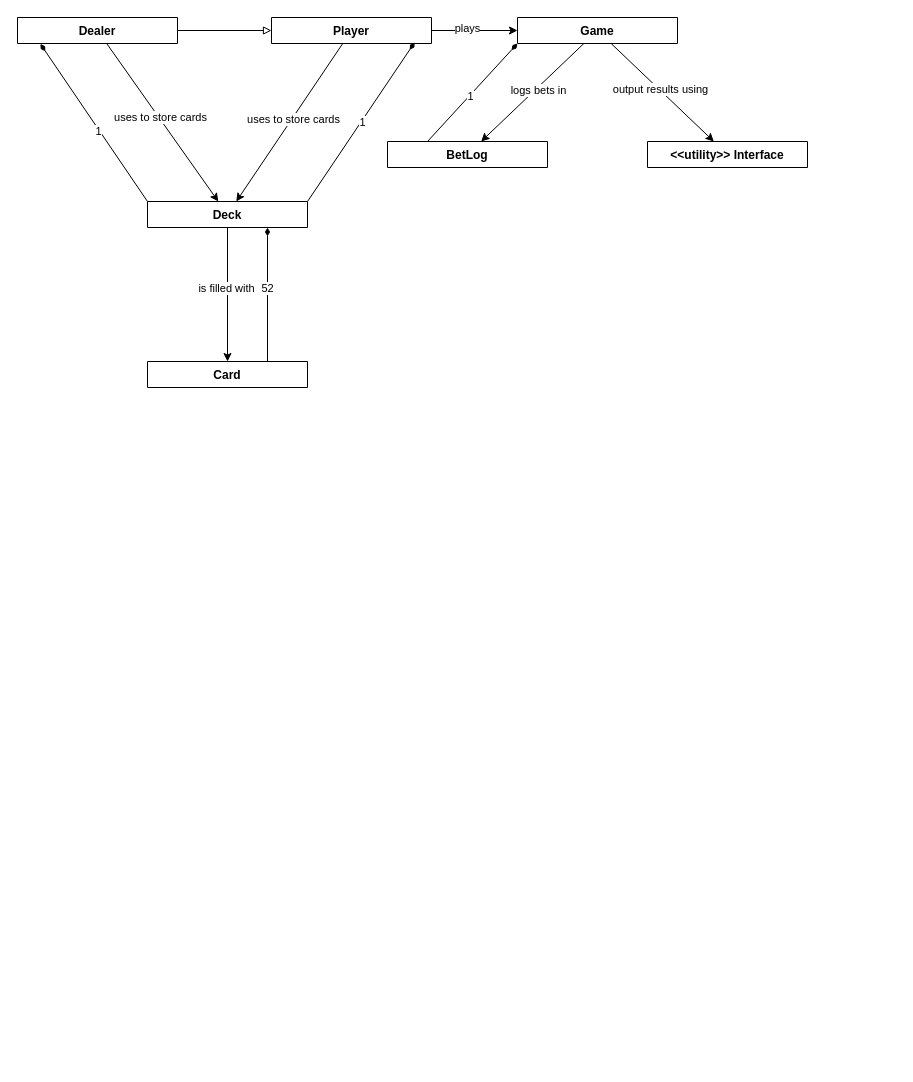
Above: Diagrams/Class_diagram.drawio in PrimusInterPares/BlackJack-game (draw.io), before the change. Source tidied: cells renumbered, new cells numbered last; positions are measured from the earlier drawing's top-left corner, leaving out a move shared by most shapes. Both pictures are drawn from the tidied source at 100%, with x=0, y=0 at pixel (17, 17).
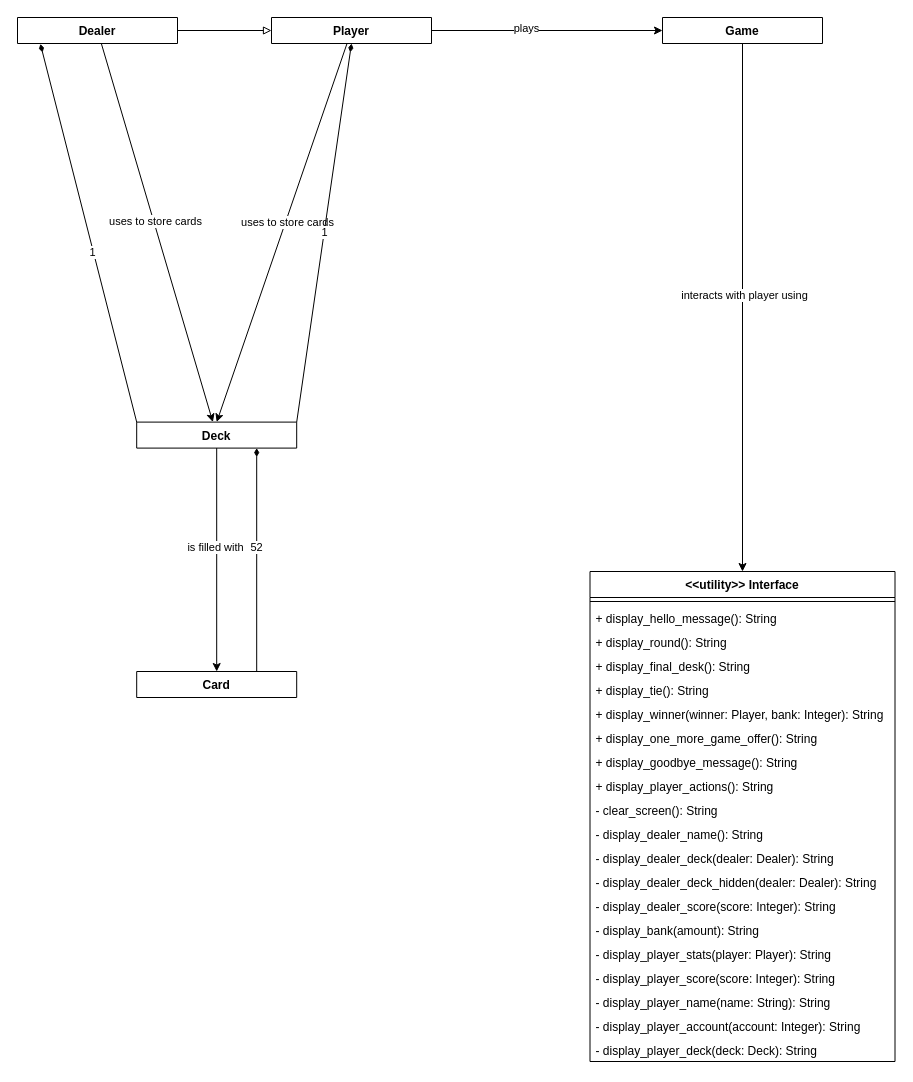
After the change.

Commit message:
Final chnages after finish of the main development

Unchanged cells that the change refers to:
```xml
<mxCell id="6" value="Player" style="swimlane;fontStyle=1;align=center;verticalAlign=top;horizontal=1;startSize=26;rounded=0;shadow=0;strokeWidth=1;" parent="1" vertex="1" collapsed="1">
  <mxGeometry x="254" width="160" height="26" as="geometry" />
</mxCell>
<mxCell id="7" style="rounded=0;jettySize=auto;html=1;" parent="1" edge="1" source="13" target="17">
  <mxGeometry relative="1" as="geometry" />
</mxCell>
```

Change to the diagram source:
```diff
@@
-    <mxCell id="2" style="rounded=0;jettySize=auto;html=1;" parent="1" edge="1" source="6" target="27">
+    <mxCell id="2" style="rounded=0;jettySize=auto;html=1;entryX=0.5;entryY=0;entryDx=0;entryDy=0;" parent="1" edge="1" source="6" target="27">
       <mxGeometry relative="1" as="geometry" />
     </mxCell>
@@
-    <mxCell id="8" value="output results using" style="edgeLabel;html=1;align=center;verticalAlign=middle;fontSize=11;" parent="7" vertex="1">
+    <mxCell id="8" value="interacts with player using" style="edgeLabel;html=1;align=center;verticalAlign=middle;fontSize=11;" parent="7" vertex="1">
       <mxGeometry x="-0.05" y="1" relative="1" as="geometry" />
     </mxCell>
-    <mxCell id="9" style="rounded=0;jettySize=auto;html=1;" parent="1" edge="1" source="13" target="18">
-      <mxGeometry relative="1" as="geometry" />
-    </mxCell>
-    <mxCell id="10" value="logs bets in" style="edgeLabel;html=1;align=center;verticalAlign=middle;" parent="9" vertex="1">
-      <mxGeometry x="-0.08" y="2" relative="1" as="geometry" />
-    </mxCell>
-    <mxCell id="11" style="rounded=0;jettySize=auto;html=1;exitX=0;exitY=1;exitDx=0;exitDy=0;entryX=0.25;entryY=0;entryDx=0;entryDy=0;endArrow=none;endFill=0;startArrow=diamondThin;startFill=1;" parent="1" edge="1" source="13" target="18">
-      <mxGeometry relative="1" as="geometry" />
-    </mxCell>
-    <mxCell id="12" value="1" style="edgeLabel;html=1;align=center;verticalAlign=middle;" parent="11" vertex="1">
-      <mxGeometry x="0.06" y="1" relative="1" as="geometry" />
-    </mxCell>
     <mxCell id="13" value="Game" style="swimlane;fontStyle=1;align=center;verticalAlign=top;horizontal=1;startSize=26;rounded=0;shadow=0;strokeWidth=1;" parent="1" vertex="1" collapsed="1">
-      <mxGeometry x="500" width="160" height="26" as="geometry" />
+      <mxGeometry x="645" width="160" height="26" as="geometry" />
     </mxCell>
@@
     <mxCell id="15" value="Card" style="swimlane;fontStyle=1;align=center;verticalAlign=top;horizontal=1;startSize=26;rounded=0;shadow=0;strokeWidth=1;" parent="1" vertex="1" collapsed="1">
-      <mxGeometry x="130" y="344" width="160" height="26" as="geometry" />
+      <mxGeometry x="119.2" y="654" width="160" height="26" as="geometry" />
     </mxCell>
@@
-    <mxCell id="17" value="&lt;&lt;utility&gt;&gt; Interface" style="swimlane;fontStyle=1;align=center;verticalAlign=top;horizontal=1;startSize=26;rounded=0;shadow=0;strokeWidth=1;" parent="1" vertex="1" collapsed="1">
-      <mxGeometry x="630" y="124" width="160" height="26" as="geometry" />
+    <mxCell id="17" value="&lt;&lt;utility&gt;&gt; Interface" style="swimlane;fontStyle=1;align=center;verticalAlign=top;horizontal=1;startSize=26;rounded=0;shadow=0;strokeWidth=1;" parent="1" vertex="1">
+      <mxGeometry x="572.5" y="554" width="305" height="490" as="geometry" />
     </mxCell>
-    <mxCell id="18" value="BetLog" style="swimlane;fontStyle=1;align=center;verticalAlign=top;horizontal=1;startSize=26;rounded=0;shadow=0;strokeWidth=1;" parent="1" vertex="1" collapsed="1">
-      <mxGeometry x="370" y="124" width="160" height="26" as="geometry" />
-    </mxCell>
+    <mxCell id="30" style="line;html=1;strokeWidth=1;align=left;verticalAlign=middle;spacingTop=-1;spacingLeft=3;spacingRight=3;labelPosition=right;" parent="17" vertex="1">
+      <mxGeometry y="26" width="305" height="8" as="geometry" />
+    </mxCell>
+    <mxCell id="31" value="+ display_hello_message(): String" style="text;align=left;verticalAlign=top;spacingLeft=4;spacingRight=4;overflow=hidden;" parent="17" vertex="1">
+      <mxGeometry y="34" width="305" height="24" as="geometry" />
+    </mxCell>
+    <mxCell id="32" value="+ display_round(): String" style="text;align=left;verticalAlign=top;spacingLeft=4;spacingRight=4;overflow=hidden;" parent="17" vertex="1">
+      <mxGeometry y="58" width="305" height="24" as="geometry" />
+    </mxCell>
+    <mxCell id="33" value="+ display_final_desk(): String" style="text;align=left;verticalAlign=top;spacingLeft=4;spacingRight=4;overflow=hidden;" parent="17" vertex="1">
+      <mxGeometry y="82" width="305" height="24" as="geometry" />
+    </mxCell>
+    <mxCell id="34" value="+ display_tie(): String" style="text;align=left;verticalAlign=top;spacingLeft=4;spacingRight=4;overflow=hidden;" parent="17" vertex="1">
+      <mxGeometry y="106" width="305" height="24" as="geometry" />
+    </mxCell>
+    <mxCell id="35" value="+ display_winner(winner: Player, bank: Integer): String" style="text;align=left;verticalAlign=top;spacingLeft=4;spacingRight=4;overflow=hidden;" parent="17" vertex="1">
+      <mxGeometry y="130" width="305" height="24" as="geometry" />
+    </mxCell>
+    <mxCell id="36" value="+ display_one_more_game_offer(): String" style="text;align=left;verticalAlign=top;spacingLeft=4;spacingRight=4;overflow=hidden;" parent="17" vertex="1">
+      <mxGeometry y="154" width="305" height="24" as="geometry" />
+    </mxCell>
+    <mxCell id="37" value="+ display_goodbye_message(): String" style="text;align=left;verticalAlign=top;spacingLeft=4;spacingRight=4;overflow=hidden;" parent="17" vertex="1">
+      <mxGeometry y="178" width="305" height="24" as="geometry" />
+    </mxCell>
+    <mxCell id="38" value="+ display_player_actions(): String" style="text;align=left;verticalAlign=top;spacingLeft=4;spacingRight=4;overflow=hidden;" parent="17" vertex="1">
+      <mxGeometry y="202" width="305" height="24" as="geometry" />
+    </mxCell>
+    <mxCell id="39" value="- clear_screen(): String" style="text;align=left;verticalAlign=top;spacingLeft=4;spacingRight=4;overflow=hidden;" parent="17" vertex="1">
+      <mxGeometry y="226" width="305" height="24" as="geometry" />
+    </mxCell>
+    <mxCell id="40" value="- display_dealer_name(): String" style="text;align=left;verticalAlign=top;spacingLeft=4;spacingRight=4;overflow=hidden;" parent="17" vertex="1">
+      <mxGeometry y="250" width="305" height="24" as="geometry" />
+    </mxCell>
+    <mxCell id="41" value="- display_dealer_deck(dealer: Dealer): String" style="text;align=left;verticalAlign=top;spacingLeft=4;spacingRight=4;overflow=hidden;" parent="17" vertex="1">
+      <mxGeometry y="274" width="305" height="24" as="geometry" />
+    </mxCell>
+    <mxCell id="42" value="- display_dealer_deck_hidden(dealer: Dealer): String" style="text;align=left;verticalAlign=top;spacingLeft=4;spacingRight=4;overflow=hidden;" parent="17" vertex="1">
+      <mxGeometry y="298" width="305" height="24" as="geometry" />
+    </mxCell>
+    <mxCell id="43" value="- display_dealer_score(score: Integer): String" style="text;align=left;verticalAlign=top;spacingLeft=4;spacingRight=4;overflow=hidden;" parent="17" vertex="1">
+      <mxGeometry y="322" width="305" height="24" as="geometry" />
+    </mxCell>
+    <mxCell id="44" value="- display_bank(amount): String" style="text;align=left;verticalAlign=top;spacingLeft=4;spacingRight=4;overflow=hidden;" parent="17" vertex="1">
+      <mxGeometry y="346" width="305" height="24" as="geometry" />
+    </mxCell>
+    <mxCell id="45" value="- display_player_stats(player: Player): String" style="text;align=left;verticalAlign=top;spacingLeft=4;spacingRight=4;overflow=hidden;" parent="17" vertex="1">
+      <mxGeometry y="370" width="305" height="24" as="geometry" />
+    </mxCell>
+    <mxCell id="46" value="- display_player_score(score: Integer): String" style="text;align=left;verticalAlign=top;spacingLeft=4;spacingRight=4;overflow=hidden;" parent="17" vertex="1">
+      <mxGeometry y="394" width="305" height="24" as="geometry" />
+    </mxCell>
+    <mxCell id="47" value="- display_player_name(name: String): String" style="text;align=left;verticalAlign=top;spacingLeft=4;spacingRight=4;overflow=hidden;" parent="17" vertex="1">
+      <mxGeometry y="418" width="305" height="24" as="geometry" />
+    </mxCell>
+    <mxCell id="48" value="- display_player_account(account: Integer): String" style="text;align=left;verticalAlign=top;spacingLeft=4;spacingRight=4;overflow=hidden;" parent="17" vertex="1">
+      <mxGeometry y="442" width="305" height="24" as="geometry" />
+    </mxCell>
+    <mxCell id="49" value="- display_player_deck(deck: Deck): String" style="text;align=left;verticalAlign=top;spacingLeft=4;spacingRight=4;overflow=hidden;" parent="17" vertex="1">
+      <mxGeometry y="466" width="305" height="24" as="geometry" />
+    </mxCell>
@@
-    <mxCell id="25" style="rounded=0;jettySize=auto;html=1;exitX=1;exitY=0;exitDx=0;exitDy=0;entryX=0.895;entryY=0.954;entryDx=0;entryDy=0;endArrow=diamondThin;endFill=1;entryPerimeter=0;" parent="1" edge="1" source="27" target="6">
+    <mxCell id="25" style="rounded=0;jettySize=auto;html=1;exitX=1;exitY=0;exitDx=0;exitDy=0;entryX=0.5;entryY=1;entryDx=0;entryDy=0;endArrow=diamondThin;endFill=1;" parent="1" edge="1" source="27" target="6">
       <mxGeometry relative="1" as="geometry" />
     </mxCell>
@@
     <mxCell id="27" value="Deck" style="swimlane;fontStyle=1;align=center;verticalAlign=top;horizontal=1;startSize=26;rounded=0;shadow=0;strokeWidth=1;" parent="1" vertex="1" collapsed="1">
-      <mxGeometry x="130" y="184" width="160" height="26" as="geometry" />
+      <mxGeometry x="119.2" y="404.6" width="160" height="26" as="geometry" />
     </mxCell>
```
